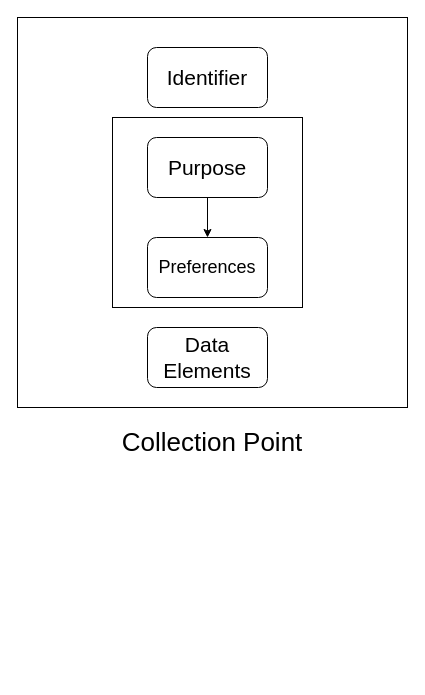
Above: ot-training.drawio in flatbox-developers/draw.io (draw.io), before the change. Source tidied: cells renumbered, new cells numbered last; positions are measured from the earlier drawing's top-left corner, leaving out a move shared by most shapes. Both pictures are drawn from the tidied source at 100%, with x=0, y=0 at pixel (17, 17).
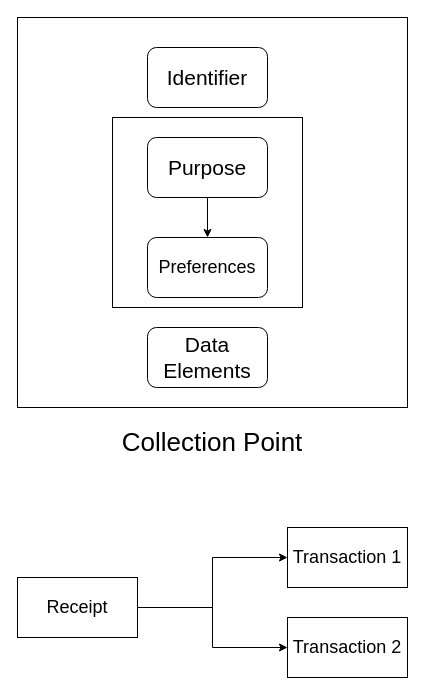
Above is the later version.

What changed in the source:
```diff
@@
 <mxGraphModel>
   <root>
     <mxCell id="0" />
     <mxCell id="1" parent="0" />
     <mxCell id="2" style="whiteSpace=wrap;html=1;" parent="1" vertex="1">
       <mxGeometry width="390" height="390" as="geometry" />
     </mxCell>
     <mxCell id="3" value="&lt;font style=&quot;font-size: 21px;&quot;&gt;Identifier&lt;/font&gt;" style="rounded=1;whiteSpace=wrap;html=1;" parent="1" vertex="1">
       <mxGeometry x="130" y="30" width="120" height="60" as="geometry" />
     </mxCell>
     <mxCell id="4" style="whiteSpace=wrap;html=1;" parent="1" vertex="1">
       <mxGeometry x="95" y="100" width="190" height="190" as="geometry" />
     </mxCell>
     <mxCell id="5" style="edgeStyle=orthogonalEdgeStyle;rounded=0;jettySize=auto;html=1;" parent="1" edge="1" source="6" target="7">
       <mxGeometry relative="1" as="geometry" />
     </mxCell>
     <mxCell id="6" value="&lt;font style=&quot;font-size: 21px;&quot;&gt;Purpose&lt;/font&gt;" style="rounded=1;whiteSpace=wrap;html=1;" parent="1" vertex="1">
       <mxGeometry x="130" y="120" width="120" height="60" as="geometry" />
     </mxCell>
     <mxCell id="7" value="&lt;font style=&quot;font-size: 18px;&quot;&gt;Preferences&lt;/font&gt;" style="rounded=1;whiteSpace=wrap;html=1;" parent="1" vertex="1">
       <mxGeometry x="130" y="220" width="120" height="60" as="geometry" />
     </mxCell>
     <mxCell id="8" value="&lt;font style=&quot;font-size: 21px;&quot;&gt;Data Elements&lt;/font&gt;" style="rounded=1;whiteSpace=wrap;html=1;" parent="1" vertex="1">
       <mxGeometry x="130" y="310" width="120" height="60" as="geometry" />
     </mxCell>
     <mxCell id="9" value="&lt;font style=&quot;font-size: 26px;&quot;&gt;Collection Point&lt;/font&gt;" style="text;html=1;align=center;verticalAlign=middle;whiteSpace=wrap;rounded=0;" parent="1" vertex="1">
       <mxGeometry x="60" y="400" width="270" height="50" as="geometry" />
     </mxCell>
+    <mxCell id="10" value="&lt;font style=&quot;font-size: 18px;&quot;&gt;Transaction 1&lt;/font&gt;" style="rounded=0;whiteSpace=wrap;html=1;" parent="1" vertex="1">
+      <mxGeometry x="270" y="510" width="120" height="60" as="geometry" />
+    </mxCell>
+    <mxCell id="11" value="&lt;font style=&quot;font-size: 18px;&quot;&gt;Transaction 2&lt;/font&gt;" style="rounded=0;whiteSpace=wrap;html=1;" parent="1" vertex="1">
+      <mxGeometry x="270" y="600" width="120" height="60" as="geometry" />
+    </mxCell>
+    <mxCell id="12" style="edgeStyle=orthogonalEdgeStyle;rounded=0;jettySize=auto;html=1;entryX=0;entryY=0.5;entryDx=0;entryDy=0;" parent="1" edge="1" source="14" target="10">
+      <mxGeometry relative="1" as="geometry" />
+    </mxCell>
+    <mxCell id="13" style="edgeStyle=orthogonalEdgeStyle;rounded=0;jettySize=auto;html=1;entryX=0;entryY=0.5;entryDx=0;entryDy=0;" parent="1" edge="1" source="14" target="11">
+      <mxGeometry relative="1" as="geometry" />
+    </mxCell>
+    <mxCell id="14" value="&lt;font style=&quot;font-size: 18px;&quot;&gt;Receipt&lt;/font&gt;" style="rounded=0;whiteSpace=wrap;html=1;" parent="1" vertex="1">
+      <mxGeometry y="560" width="120" height="60" as="geometry" />
+    </mxCell>
   </root>
 </mxGraphModel>
```
